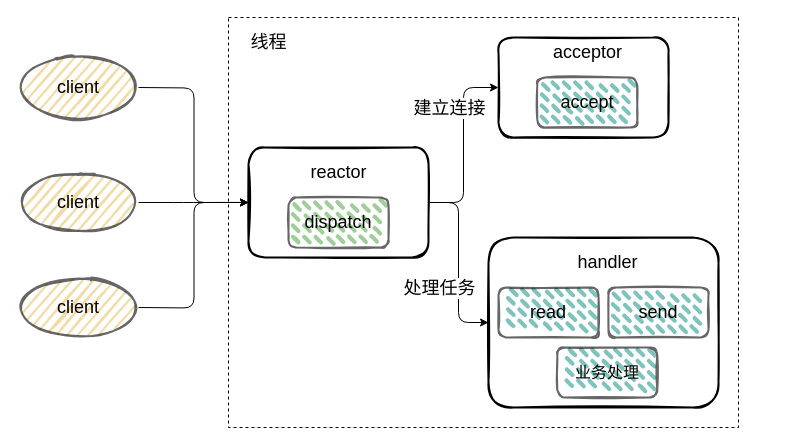
Before: page "reactor-1" (1 of 29) of redis/redis.drawio in boilingfrog/Go-POINT, a draw.io diagram. Source tidied: cells renumbered, new cells numbered last; positions are measured from the earlier drawing's top-left corner, leaving out a move shared by most shapes. Both pictures are drawn from the tidied source at 100%, with x=0, y=0 at pixel (18, 17).
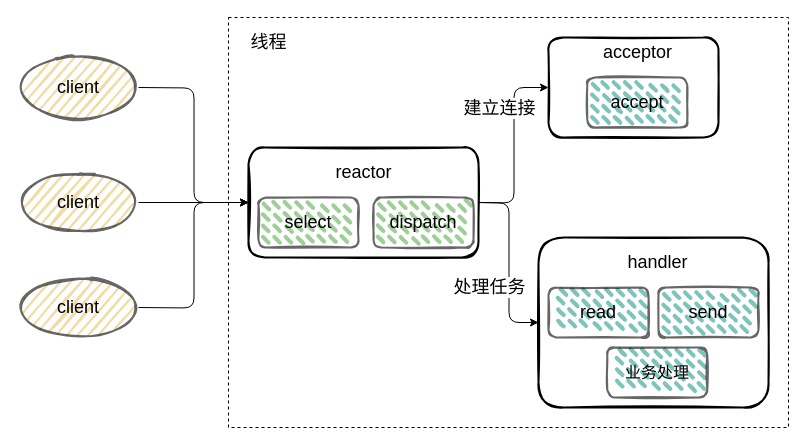
Above is the later version.

The change refers to these unchanged cells:
```xml
<mxCell id="12" value="&lt;font style=&quot;font-size: 18px&quot;&gt;client&lt;/font&gt;" style="ellipse;whiteSpace=wrap;html=1;strokeWidth=2;fillWeight=2;hachureGap=8;fillColor=#E9C46A;fillStyle=dots;sketch=1;fontSize=16;opacity=60;" parent="1" vertex="1">
  <mxGeometry y="155" width="120" height="60" as="geometry" />
</mxCell>
```

Diff of the diagram source:
```diff
@@
     <mxCell id="2" style="verticalLabelPosition=bottom;verticalAlign=top;html=1;shape=mxgraph.basic.rect;fillColor2=none;strokeWidth=1;size=20;indent=5;fillColor=none;dashed=1;" parent="1" vertex="1">
-      <mxGeometry x="210" width="510" height="410" as="geometry" />
+      <mxGeometry x="210" width="560" height="410" as="geometry" />
     </mxCell>
@@
-    <mxCell id="4" style="edgeStyle=orthogonalEdgeStyle;html=1;entryX=0;entryY=0.5;entryDx=0;entryDy=0;fontSize=18;startArrow=none;startFill=0;" parent="1" edge="1" source="8" target="16">
-      <mxGeometry relative="1" as="geometry" />
+    <mxCell id="4" style="edgeStyle=orthogonalEdgeStyle;html=1;entryX=0;entryY=0.5;entryDx=0;entryDy=0;fontSize=18;startArrow=none;startFill=0;" parent="1" edge="1" target="16">
+      <mxGeometry relative="1" as="geometry">
+        <mxPoint x="460" y="185" as="sourcePoint" />
+      </mxGeometry>
     </mxCell>
@@
-    <mxCell id="6" style="edgeStyle=orthogonalEdgeStyle;html=1;entryX=0;entryY=0.5;entryDx=0;entryDy=0;fontSize=18;startArrow=none;startFill=0;" parent="1" edge="1" source="8" target="17">
-      <mxGeometry relative="1" as="geometry" />
+    <mxCell id="6" style="edgeStyle=orthogonalEdgeStyle;html=1;entryX=0;entryY=0.5;entryDx=0;entryDy=0;fontSize=18;startArrow=none;startFill=0;" parent="1" edge="1" target="17">
+      <mxGeometry relative="1" as="geometry">
+        <mxPoint x="460" y="185" as="sourcePoint" />
+      </mxGeometry>
     </mxCell>
@@
     <mxCell id="8" style="rounded=1;whiteSpace=wrap;html=1;strokeWidth=2;fillWeight=2;hachureGap=8;hachureAngle=45;fillColor=none;sketch=1;fontSize=16;fillStyle=dots;" parent="1" vertex="1">
-      <mxGeometry x="230" y="130" width="180" height="110" as="geometry" />
+      <mxGeometry x="230" y="130" width="230" height="110" as="geometry" />
     </mxCell>
@@
-    <mxCell id="11" style="edgeStyle=orthogonalEdgeStyle;html=1;entryX=0.039;entryY=0.451;entryDx=0;entryDy=0;entryPerimeter=0;fontSize=18;startArrow=none;startFill=0;" parent="1" edge="1" source="12" target="2">
-      <mxGeometry relative="1" as="geometry" />
-    </mxCell>
+    <mxCell id="25" style="edgeStyle=orthogonalEdgeStyle;html=1;entryX=0;entryY=0.5;entryDx=0;entryDy=0;fontSize=18;startArrow=none;startFill=0;" parent="1" edge="1" source="12" target="8">
+      <mxGeometry relative="1" as="geometry" />
+    </mxCell>
@@
     <mxCell id="14" value="&lt;font style=&quot;font-size: 18px&quot;&gt;dispatch&lt;/font&gt;" style="rounded=1;whiteSpace=wrap;html=1;fontSize=16;fillColor=#5FAD56;strokeWidth=2;fillWeight=4;hachureGap=8;fillStyle=dashed;sketch=1;hachureAngle=45;opacity=60;" parent="1" vertex="1">
-      <mxGeometry x="270" y="180" width="100" height="50" as="geometry" />
+      <mxGeometry x="355" y="180" width="100" height="50" as="geometry" />
     </mxCell>
     <mxCell id="15" value="reactor" style="text;html=1;align=center;verticalAlign=middle;strokeColor=none;fillColor=none;fontSize=18;" parent="1" vertex="1">
-      <mxGeometry x="285" y="140" width="70" height="30" as="geometry" />
+      <mxGeometry x="310" y="140" width="70" height="30" as="geometry" />
     </mxCell>
     <mxCell id="16" style="rounded=1;whiteSpace=wrap;html=1;strokeWidth=2;fillWeight=2;hachureGap=8;hachureAngle=45;fillColor=none;sketch=1;fontSize=16;fillStyle=dots;" parent="1" vertex="1">
-      <mxGeometry x="480" y="20" width="170" height="100" as="geometry" />
+      <mxGeometry x="530" y="20" width="170" height="100" as="geometry" />
     </mxCell>
     <mxCell id="17" style="rounded=1;whiteSpace=wrap;html=1;strokeWidth=2;fillWeight=2;hachureGap=8;hachureAngle=45;fillColor=none;sketch=1;fontSize=16;fillStyle=dots;" parent="1" vertex="1">
-      <mxGeometry x="470" y="220" width="230" height="170" as="geometry" />
+      <mxGeometry x="520" y="220" width="230" height="170" as="geometry" />
     </mxCell>
     <mxCell id="18" value="&lt;font style=&quot;font-size: 18px&quot;&gt;accept&lt;/font&gt;" style="rounded=1;whiteSpace=wrap;html=1;fontSize=16;fillColor=#2A9D8F;strokeWidth=2;fillWeight=4;hachureGap=8;fillStyle=dashed;sketch=1;hachureAngle=45;opacity=60;" parent="1" vertex="1">
-      <mxGeometry x="518.8" y="60" width="100" height="50" as="geometry" />
+      <mxGeometry x="568.8" y="60" width="100" height="50" as="geometry" />
     </mxCell>
     <mxCell id="19" value="acceptor" style="text;html=1;align=center;verticalAlign=middle;strokeColor=none;fillColor=none;fontSize=18;" parent="1" vertex="1">
-      <mxGeometry x="528.8" y="20" width="80" height="30" as="geometry" />
+      <mxGeometry x="578.8" y="20" width="80" height="30" as="geometry" />
     </mxCell>
     <mxCell id="20" value="handler" style="text;html=1;align=center;verticalAlign=middle;strokeColor=none;fillColor=none;fontSize=18;" parent="1" vertex="1">
-      <mxGeometry x="548.8" y="230" width="80" height="30" as="geometry" />
+      <mxGeometry x="598.8" y="230" width="80" height="30" as="geometry" />
     </mxCell>
     <mxCell id="21" value="&lt;font style=&quot;font-size: 18px&quot;&gt;read&lt;/font&gt;" style="rounded=1;whiteSpace=wrap;html=1;fontSize=16;fillColor=#2A9D8F;strokeWidth=2;fillWeight=4;hachureGap=8;fillStyle=dashed;sketch=1;hachureAngle=45;opacity=60;" parent="1" vertex="1">
-      <mxGeometry x="480" y="270" width="100" height="50" as="geometry" />
+      <mxGeometry x="530" y="270" width="100" height="50" as="geometry" />
     </mxCell>
     <mxCell id="22" value="业务处理" style="rounded=1;whiteSpace=wrap;html=1;fontSize=16;fillColor=#2A9D8F;strokeWidth=2;fillWeight=4;hachureGap=8;fillStyle=dashed;sketch=1;hachureAngle=45;opacity=60;" parent="1" vertex="1">
-      <mxGeometry x="538.8" y="330" width="100" height="50" as="geometry" />
+      <mxGeometry x="588.8" y="330" width="100" height="50" as="geometry" />
     </mxCell>
     <mxCell id="23" value="&lt;font style=&quot;font-size: 18px&quot;&gt;send&lt;/font&gt;" style="rounded=1;whiteSpace=wrap;html=1;fontSize=16;fillColor=#2A9D8F;strokeWidth=2;fillWeight=4;hachureGap=8;fillStyle=dashed;sketch=1;hachureAngle=45;opacity=60;" parent="1" vertex="1">
-      <mxGeometry x="590" y="270" width="100" height="50" as="geometry" />
+      <mxGeometry x="640" y="270" width="100" height="50" as="geometry" />
     </mxCell>
@@
+    <mxCell id="26" value="&lt;font style=&quot;font-size: 18px&quot;&gt;select&lt;/font&gt;" style="rounded=1;whiteSpace=wrap;html=1;fontSize=16;fillColor=#5FAD56;strokeWidth=2;fillWeight=4;hachureGap=8;fillStyle=dashed;sketch=1;hachureAngle=45;opacity=60;" parent="1" vertex="1">
+      <mxGeometry x="240" y="180" width="100" height="50" as="geometry" />
+    </mxCell>
```
